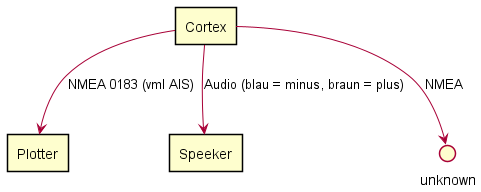
Earlier version of the PlantUML export datenfluss/cortex.png (i7i5/knidos-notices).
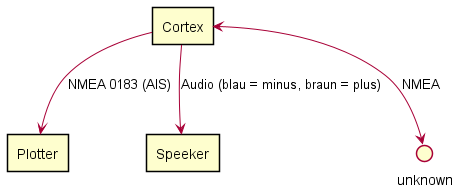
The same diagram one commit later.

What changed in the source:
```diff
@@ -4,8 +4,8 @@
 
 [Cortex] as CORTEX
 
-CORTEX -down-> [Plotter]: NMEA 0183 (vml AIS)
+CORTEX -down-> [Plotter]: NMEA 0183 (AIS)
 CORTEX -down-> [Speeker]: Audio (blau = minus, braun = plus)
-CORTEX -down-> unknown: NMEA
+CORTEX <-down-> unknown: NMEA
 
 @enduml
```
